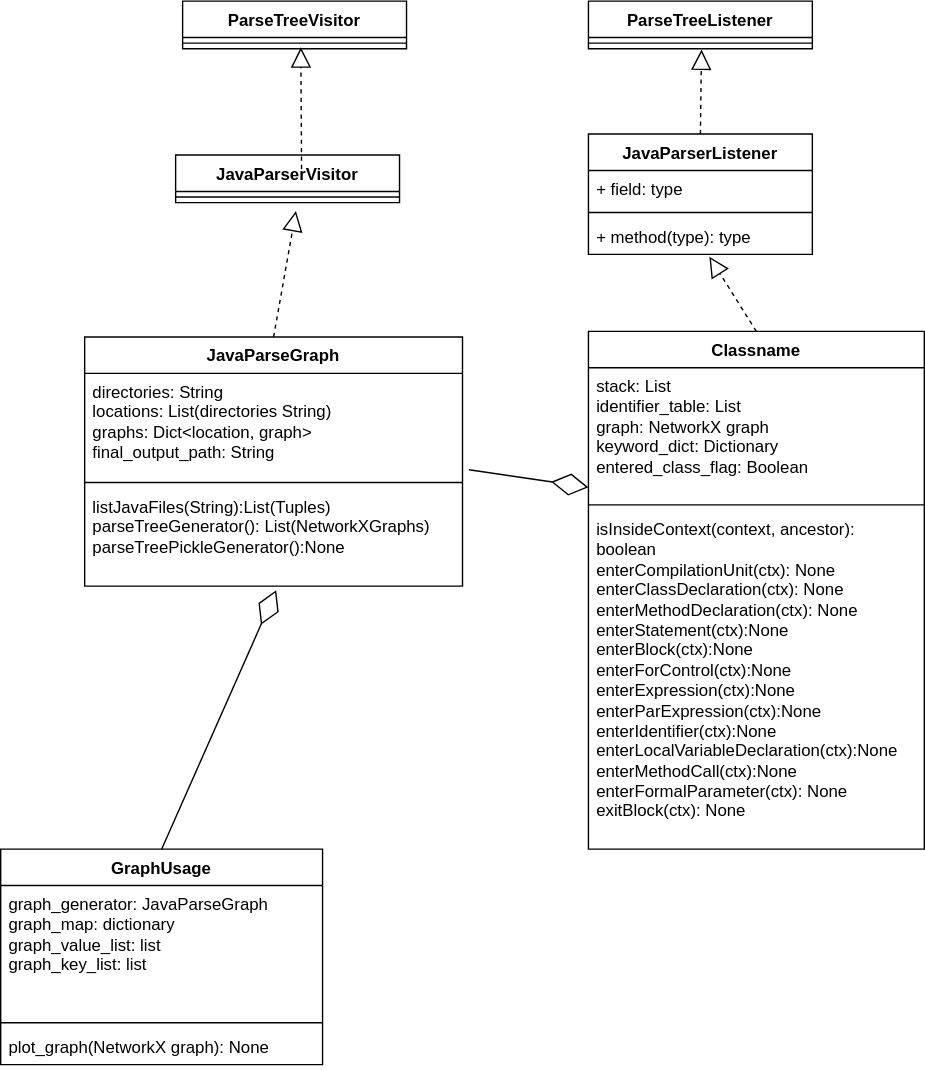
Earlier version of the draw.io export files/JavaGraphGeneratorClassDiagram.drawio.svg (Saad10Codes/Java-Graph-Generator). Source tidied: cells renumbered, new cells last; positions are measured from the earlier drawing's top-left corner, leaving out a move shared by most shapes.
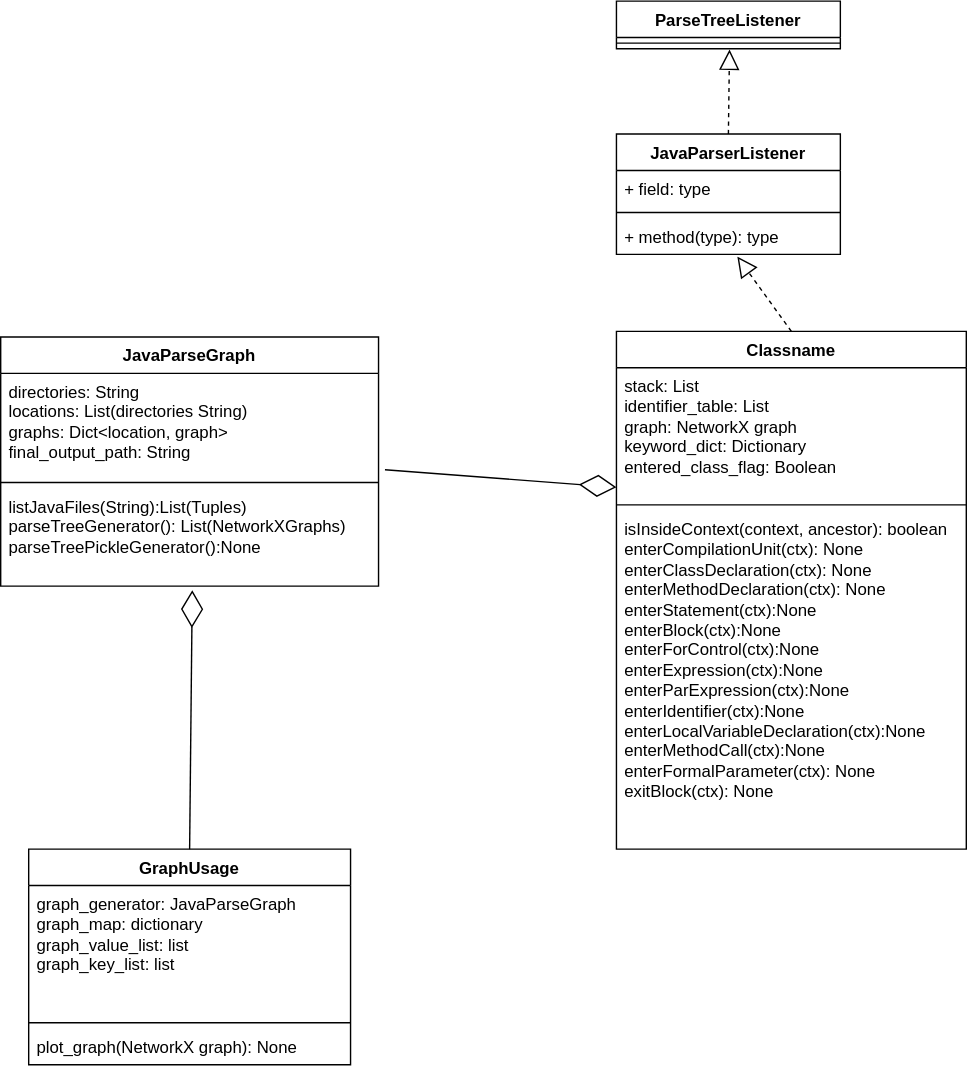
The same file after the commit.

The edit, as a diff of the source:
```diff
@@ -2,25 +2,8 @@
   <root>
     <mxCell id="0" />
     <mxCell id="1" parent="0" />
-    <mxCell id="2" value="ParseTreeVisitor" style="swimlane;fontStyle=1;align=center;verticalAlign=top;horizontal=1;startSize=26;whiteSpace=wrap;html=1;" parent="1" vertex="1">
-      <mxGeometry x="130" width="160" height="34" as="geometry" />
-    </mxCell>
-    <mxCell id="3" style="line;strokeWidth=1;fillColor=none;align=left;verticalAlign=middle;spacingTop=-1;spacingLeft=3;spacingRight=3;labelPosition=right;points=[];portConstraint=eastwest;strokeColor=inherit;" parent="2" vertex="1">
-      <mxGeometry y="26" width="160" height="8" as="geometry" />
-    </mxCell>
-    <mxCell id="4" value="JavaParserVisitor" style="swimlane;fontStyle=1;align=center;verticalAlign=top;horizontal=1;startSize=26;whiteSpace=wrap;html=1;" parent="1" vertex="1">
-      <mxGeometry x="125" y="110" width="160" height="34" as="geometry" />
-    </mxCell>
-    <mxCell id="5" style="endArrow=block;dashed=1;endFill=0;endSize=12;html=1;rounded=0;entryX=0.528;entryY=0.875;entryDx=0;entryDy=0;entryPerimeter=0;" parent="4" edge="1" target="3">
-      <mxGeometry relative="1" as="geometry">
-        <mxPoint x="90" y="10" as="sourcePoint" />
-      </mxGeometry>
-    </mxCell>
-    <mxCell id="6" style="line;strokeWidth=1;fillColor=none;align=left;verticalAlign=middle;spacingTop=-1;spacingLeft=3;spacingRight=3;labelPosition=right;strokeColor=inherit;" parent="4" vertex="1">
-      <mxGeometry y="26" width="160" height="8" as="geometry" />
-    </mxCell>
     <mxCell id="7" value="JavaParseGraph" style="swimlane;fontStyle=1;align=center;verticalAlign=top;horizontal=1;startSize=26;whiteSpace=wrap;html=1;" parent="1" vertex="1">
-      <mxGeometry x="60" y="240" width="270" height="178" as="geometry" />
+      <mxGeometry x="-20" y="240" width="270" height="178" as="geometry" />
     </mxCell>
     <mxCell id="8" value="directories: String&lt;div&gt;locations: List(directories String)&lt;/div&gt;&lt;div&gt;graphs: Dict&amp;lt;location, graph&amp;gt;&lt;/div&gt;&lt;div&gt;final_output_path: String&lt;/div&gt;" style="text;strokeColor=none;fillColor=none;align=left;verticalAlign=top;spacingLeft=4;spacingRight=4;overflow=hidden;points=[[0,0.5],[1,0.5]];portConstraint=eastwest;whiteSpace=wrap;html=1;" parent="7" vertex="1">
       <mxGeometry y="26" width="270" height="74" as="geometry" />
@@ -31,11 +14,6 @@
     <mxCell id="10" value="listJavaFiles(String):List(Tuples)&lt;div&gt;parseTreeGenerator(): List(NetworkXGraphs)&lt;/div&gt;&lt;div&gt;parseTreePickleGenerator():None&lt;/div&gt;" style="text;strokeColor=none;fillColor=none;align=left;verticalAlign=top;spacingLeft=4;spacingRight=4;overflow=hidden;points=[[0,0.5],[1,0.5]];portConstraint=eastwest;whiteSpace=wrap;html=1;" parent="7" vertex="1">
       <mxGeometry y="108" width="270" height="70" as="geometry" />
     </mxCell>
-    <mxCell id="11" style="endArrow=block;dashed=1;endFill=0;endSize=12;html=1;rounded=0;exitX=0.5;exitY=0;exitDx=0;exitDy=0;" parent="1" edge="1" source="7">
-      <mxGeometry relative="1" as="geometry">
-        <mxPoint x="211" y="150" as="targetPoint" />
-      </mxGeometry>
-    </mxCell>
     <mxCell id="12" value="ParseTreeListener" style="swimlane;fontStyle=1;align=center;verticalAlign=top;horizontal=1;startSize=26;whiteSpace=wrap;html=1;" parent="1" vertex="1">
       <mxGeometry x="420" width="160" height="34" as="geometry" />
     </mxCell>
@@ -58,16 +36,16 @@
       <mxGeometry relative="1" as="geometry" />
     </mxCell>
     <mxCell id="19" value="Classname" style="swimlane;fontStyle=1;align=center;verticalAlign=top;horizontal=1;startSize=26;whiteSpace=wrap;html=1;" parent="1" vertex="1">
-      <mxGeometry x="420" y="236" width="240" height="370" as="geometry" />
+      <mxGeometry x="420" y="236" width="250" height="370" as="geometry" />
     </mxCell>
     <mxCell id="20" value="stack: List&lt;div&gt;identifier_table: List&lt;/div&gt;&lt;div&gt;graph: NetworkX graph&lt;/div&gt;&lt;div&gt;keyword_dict: Dictionary&lt;/div&gt;&lt;div&gt;entered_class_flag: Boolean&lt;/div&gt;" style="text;strokeColor=none;fillColor=none;align=left;verticalAlign=top;spacingLeft=4;spacingRight=4;overflow=hidden;points=[[0,0.5],[1,0.5]];portConstraint=eastwest;whiteSpace=wrap;html=1;" parent="19" vertex="1">
-      <mxGeometry y="26" width="240" height="94" as="geometry" />
+      <mxGeometry y="26" width="250" height="94" as="geometry" />
     </mxCell>
     <mxCell id="21" style="line;strokeWidth=1;fillColor=none;align=left;verticalAlign=middle;spacingTop=-1;spacingLeft=3;spacingRight=3;labelPosition=right;strokeColor=inherit;" parent="19" vertex="1">
-      <mxGeometry y="120" width="240" height="8" as="geometry" />
+      <mxGeometry y="120" width="250" height="8" as="geometry" />
     </mxCell>
     <mxCell id="22" value="isInsideContext(context, ancestor): boolean&lt;div&gt;enterCompilationUnit(ctx): None&lt;/div&gt;&lt;div&gt;enterClassDeclaration(ctx): None&lt;/div&gt;&lt;div&gt;enterMethodDeclaration(ctx): None&lt;/div&gt;&lt;div&gt;enterStatement(ctx):None&lt;/div&gt;&lt;div&gt;enterBlock(ctx):None&lt;/div&gt;&lt;div&gt;enterForControl(ctx):None&lt;/div&gt;&lt;div&gt;enterExpression(ctx):None&lt;/div&gt;&lt;div&gt;enterParExpression(ctx):None&lt;/div&gt;&lt;div&gt;enterIdentifier(ctx):None&lt;/div&gt;&lt;div&gt;enterLocalVariableDeclaration(ctx):None&lt;/div&gt;&lt;div&gt;enterMethodCall(ctx):None&lt;/div&gt;&lt;div&gt;enterFormalParameter(ctx): None&lt;/div&gt;&lt;div&gt;exitBlock(ctx): None&lt;/div&gt;" style="text;strokeColor=none;fillColor=none;align=left;verticalAlign=top;spacingLeft=4;spacingRight=4;overflow=hidden;whiteSpace=wrap;html=1;" parent="19" vertex="1">
-      <mxGeometry y="128" width="240" height="242" as="geometry" />
+      <mxGeometry y="128" width="250" height="242" as="geometry" />
     </mxCell>
     <mxCell id="23" style="endArrow=block;dashed=1;endFill=0;endSize=12;html=1;rounded=0;entryX=0.54;entryY=1.062;entryDx=0;entryDy=0;entryPerimeter=0;exitX=0.5;exitY=0;exitDx=0;exitDy=0;" parent="1" edge="1" source="19" target="17">
       <mxGeometry relative="1" as="geometry" />
```
